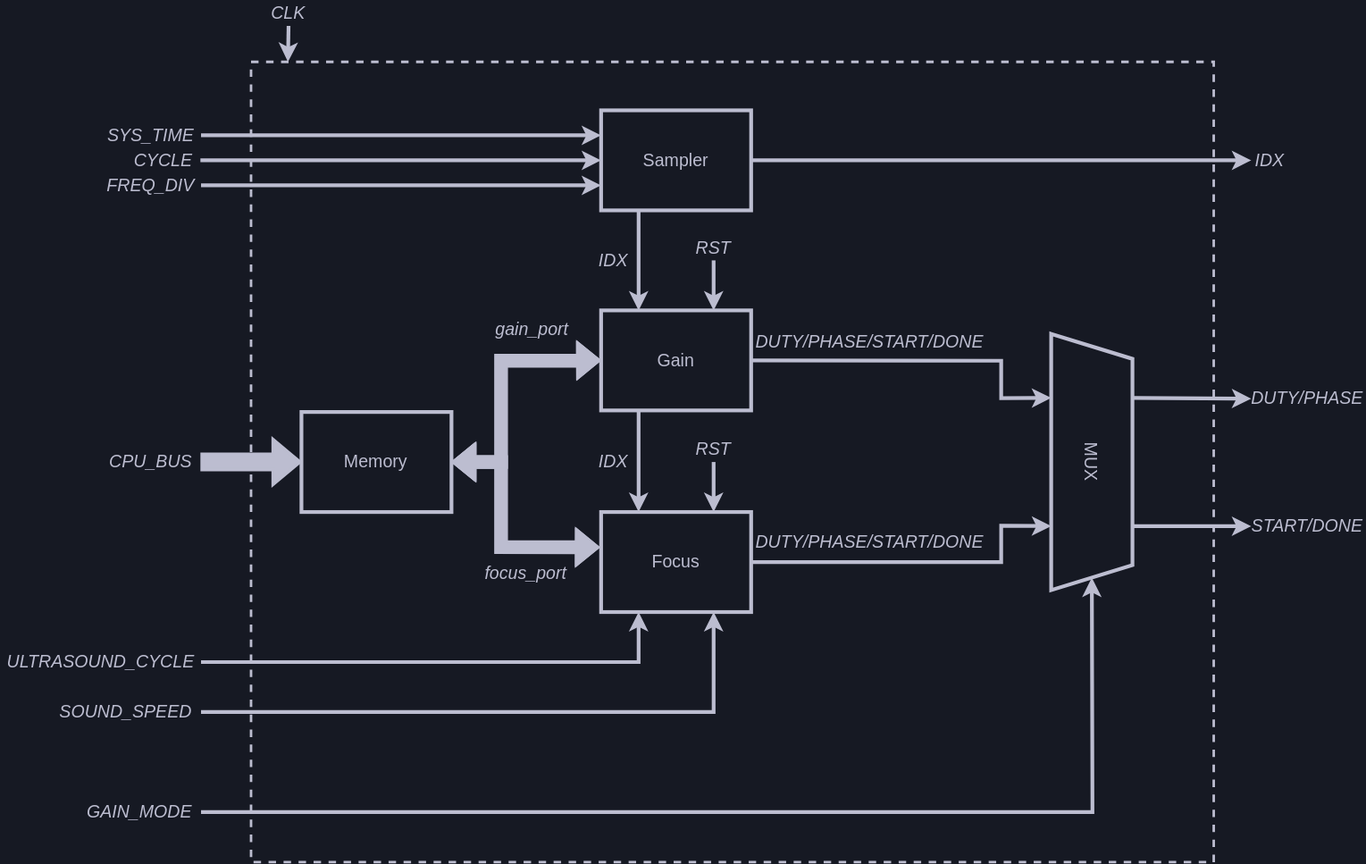
shinolab/autd3-old-monorepo keeps this draw.io diagram as docs/src/figs/stm_operator/diagram.svg. Above is the earlier version. Source tidied: cells renumbered, new cells last; positions are measured from the earlier drawing's top-left corner, leaving out a move shared by most shapes. The source it was exported from:
```xml
<mxGraphModel background="#161923">
  <root>
    <mxCell id="0" />
    <mxCell id="1" parent="0" />
    <mxCell id="2" style="rounded=0;whiteSpace=wrap;html=1;labelBackgroundColor=none;fontSize=14;fontColor=#BCBDD0;strokeColor=#bcbdd0;strokeWidth=2;fillColor=none;dashed=1;" parent="1" vertex="1">
      <mxGeometry x="200" y="49" width="770" height="640" as="geometry" />
    </mxCell>
    <mxCell id="3" style="edgeStyle=none;rounded=0;jumpStyle=arc;jumpSize=22;html=1;exitX=1;exitY=0.5;exitDx=0;exitDy=0;entryX=0.25;entryY=1;entryDx=0;entryDy=0;strokeWidth=3;strokeColor=#BCBDD0;" parent="1" edge="1" source="5" target="23">
      <mxGeometry relative="1" as="geometry">
        <Array as="points">
          <mxPoint x="800" y="288" />
          <mxPoint x="800" y="318" />
        </Array>
      </mxGeometry>
    </mxCell>
    <mxCell id="4" style="edgeStyle=none;rounded=0;jumpStyle=arc;jumpSize=22;html=1;exitX=0.25;exitY=1;exitDx=0;exitDy=0;entryX=0.25;entryY=0;entryDx=0;entryDy=0;strokeColor=#BCBDD0;strokeWidth=3;" parent="1" edge="1" source="5" target="6">
      <mxGeometry relative="1" as="geometry" />
    </mxCell>
    <mxCell id="5" value="Gain" style="rounded=0;whiteSpace=wrap;html=1;fontFamily=Helvetica;fontSize=14;fontColor=#BCBDD0;strokeColor=#BCBDD0;strokeWidth=3;fillColor=none;" parent="1" vertex="1">
      <mxGeometry x="480" y="247.7" width="120" height="80" as="geometry" />
    </mxCell>
    <mxCell id="6" value="&lt;font style=&quot;font-size: 14px&quot;&gt;Focus&lt;br style=&quot;font-size: 14px&quot;&gt;&lt;/font&gt;" style="rounded=0;whiteSpace=wrap;html=1;fontColor=#BCBDD0;labelBackgroundColor=none;fillColor=none;strokeColor=#bcbdd0;strokeWidth=3;fontSize=14;" parent="1" vertex="1">
      <mxGeometry x="480" y="409" width="120" height="80" as="geometry" />
    </mxCell>
    <mxCell id="7" style="edgeStyle=none;rounded=0;jumpStyle=arc;jumpSize=22;html=1;exitX=0.25;exitY=1;exitDx=0;exitDy=0;entryX=0.25;entryY=0;entryDx=0;entryDy=0;strokeColor=#BCBDD0;strokeWidth=3;" parent="1" edge="1" source="8" target="5">
      <mxGeometry relative="1" as="geometry" />
    </mxCell>
    <mxCell id="8" value="Sampler" style="rounded=0;whiteSpace=wrap;html=1;fontFamily=Helvetica;fontSize=14;fontColor=#BCBDD0;strokeColor=#BCBDD0;strokeWidth=3;fillColor=none;" parent="1" vertex="1">
      <mxGeometry x="480" y="87.7" width="120" height="80" as="geometry" />
    </mxCell>
    <mxCell id="9" value="Memory" style="rounded=0;whiteSpace=wrap;html=1;fontFamily=Helvetica;fontSize=14;fontColor=#BCBDD0;strokeColor=#BCBDD0;strokeWidth=3;fillColor=none;" parent="1" vertex="1">
      <mxGeometry x="240.3" y="329" width="120" height="80" as="geometry" />
    </mxCell>
    <mxCell id="10" value="&lt;span style=&quot;font-size: 14px;&quot;&gt;SYS_TIME&lt;/span&gt;" style="text;html=1;strokeColor=none;fillColor=none;align=center;verticalAlign=middle;whiteSpace=wrap;rounded=0;labelBackgroundColor=none;fontSize=14;fontColor=#BCBDD0;fontStyle=2;" parent="1" vertex="1">
      <mxGeometry x="80" y="87.7" width="80" height="40" as="geometry" />
    </mxCell>
    <mxCell id="11" style="endArrow=classic;html=1;rounded=0;fontSize=14;fontColor=#BCBDD0;strokeColor=#bcbdd0;strokeWidth=3;exitX=1;exitY=0.5;exitDx=0;exitDy=0;entryX=0;entryY=0.25;entryDx=0;entryDy=0;" parent="1" edge="1" source="10" target="8">
      <mxGeometry relative="1" as="geometry" />
    </mxCell>
    <mxCell id="12" value="&lt;span style=&quot;font-size: 14px&quot;&gt;CYCLE&lt;/span&gt;" style="text;html=1;strokeColor=none;fillColor=none;align=center;verticalAlign=middle;whiteSpace=wrap;rounded=0;labelBackgroundColor=none;fontSize=14;fontColor=#BCBDD0;fontStyle=2;" parent="1" vertex="1">
      <mxGeometry x="100" y="107.7" width="59.5" height="40" as="geometry" />
    </mxCell>
    <mxCell id="13" style="endArrow=classic;html=1;rounded=0;fontSize=14;fontColor=#BCBDD0;entryX=0;entryY=0.5;entryDx=0;entryDy=0;strokeColor=#bcbdd0;strokeWidth=3;exitX=1;exitY=0.5;exitDx=0;exitDy=0;" parent="1" edge="1" source="12" target="8">
      <mxGeometry relative="1" as="geometry" />
    </mxCell>
    <mxCell id="14" style="shape=flexArrow;endArrow=classic;html=1;rounded=0;labelBackgroundColor=default;fontFamily=Helvetica;fontSize=14;fontColor=#BCBDD0;strokeColor=#BCBDD0;strokeWidth=3;jumpStyle=arc;entryX=0;entryY=0.5;entryDx=0;entryDy=0;fillColor=#BCBDD0;exitX=1;exitY=0.5;exitDx=0;exitDy=0;" parent="1" edge="1" source="15" target="9">
      <mxGeometry relative="1" as="geometry" />
    </mxCell>
    <mxCell id="15" value="&lt;i style=&quot;font-size: 14px;&quot;&gt;CPU_BUS&lt;/i&gt;" style="text;html=1;strokeColor=none;fillColor=none;align=center;verticalAlign=middle;whiteSpace=wrap;rounded=0;labelBackgroundColor=none;fontSize=14;fontColor=#BCBDD0;" parent="1" vertex="1">
      <mxGeometry x="80" y="349" width="79.5" height="40" as="geometry" />
    </mxCell>
    <mxCell id="16" value="CLK" style="text;html=1;strokeColor=none;fillColor=none;align=center;verticalAlign=middle;whiteSpace=wrap;rounded=0;labelBackgroundColor=none;fontSize=14;fontColor=#BCBDD0;fontStyle=2;" parent="1" vertex="1">
      <mxGeometry x="200" y="0.3" width="60" height="20" as="geometry" />
    </mxCell>
    <mxCell id="17" style="endArrow=classic;html=1;rounded=0;fontSize=14;fontColor=#BCBDD0;strokeColor=#bcbdd0;strokeWidth=3;entryX=0.093;entryY=-0.003;entryDx=0;entryDy=0;exitX=0.5;exitY=1;exitDx=0;exitDy=0;entryPerimeter=0;" parent="1" edge="1" source="16">
      <mxGeometry relative="1" as="geometry">
        <mxPoint x="229.5" y="49" as="targetPoint" />
      </mxGeometry>
    </mxCell>
    <mxCell id="18" value="&lt;span style=&quot;font-size: 14px&quot;&gt;FREQ_DIV&lt;/span&gt;" style="text;html=1;strokeColor=none;fillColor=none;align=center;verticalAlign=middle;whiteSpace=wrap;rounded=0;labelBackgroundColor=none;fontSize=14;fontColor=#BCBDD0;fontStyle=2;" parent="1" vertex="1">
      <mxGeometry x="80" y="127.7" width="80" height="40" as="geometry" />
    </mxCell>
    <mxCell id="19" style="endArrow=classic;html=1;rounded=0;fontSize=14;fontColor=#BCBDD0;entryX=0;entryY=0.75;entryDx=0;entryDy=0;strokeColor=#bcbdd0;strokeWidth=3;exitX=1;exitY=0.5;exitDx=0;exitDy=0;" parent="1" edge="1" source="18" target="8">
      <mxGeometry relative="1" as="geometry" />
    </mxCell>
    <mxCell id="20" value="&lt;i style=&quot;font-size: 14px&quot;&gt;DUTY/PHASE&lt;/i&gt;" style="text;html=1;strokeColor=none;fillColor=none;align=center;verticalAlign=middle;whiteSpace=wrap;rounded=0;labelBackgroundColor=none;fontSize=14;fontColor=#BCBDD0;" parent="1" vertex="1">
      <mxGeometry x="1000" y="304" width="90" height="28.7" as="geometry" />
    </mxCell>
    <mxCell id="21" value="&lt;i style=&quot;font-size: 14px&quot;&gt;IDX&lt;/i&gt;" style="text;html=1;strokeColor=none;fillColor=none;align=center;verticalAlign=middle;whiteSpace=wrap;rounded=0;labelBackgroundColor=none;fontSize=14;fontColor=#BCBDD0;" parent="1" vertex="1">
      <mxGeometry x="1000" y="113.4" width="30.3" height="28.7" as="geometry" />
    </mxCell>
    <mxCell id="22" style="shape=flexArrow;endArrow=classic;html=1;rounded=0;labelBackgroundColor=default;fontFamily=Helvetica;fontSize=14;fontColor=#BCBDD0;strokeColor=#BCBDD0;strokeWidth=1;jumpStyle=arc;entryX=-0.008;entryY=0.353;entryDx=0;entryDy=0;fillColor=#BCBDD0;exitX=1;exitY=0.5;exitDx=0;exitDy=0;startArrow=block;endSize=6;entryPerimeter=0;" parent="1" edge="1" source="9" target="6">
      <mxGeometry relative="1" as="geometry">
        <Array as="points">
          <mxPoint x="400" y="369" />
          <mxPoint x="400" y="437" />
        </Array>
      </mxGeometry>
    </mxCell>
    <mxCell id="23" value="MUX" style="shape=trapezoid;perimeter=trapezoidPerimeter;whiteSpace=wrap;html=1;fixedSize=1;rounded=0;fontFamily=Helvetica;fontSize=14;fontColor=#BCBDD0;strokeColor=#BCBDD0;strokeWidth=3;fillColor=none;rotation=90;size=20;" parent="1" vertex="1">
      <mxGeometry x="770" y="336.5" width="205" height="65" as="geometry" />
    </mxCell>
    <mxCell id="24" style="shape=flexArrow;endArrow=classic;html=1;rounded=0;labelBackgroundColor=default;fontFamily=Helvetica;fontSize=14;fontColor=#BCBDD0;strokeColor=#BCBDD0;strokeWidth=1;jumpStyle=arc;entryX=0;entryY=0.5;entryDx=0;entryDy=0;fillColor=#BCBDD0;startArrow=block;endSize=6;" parent="1" edge="1" target="5">
      <mxGeometry relative="1" as="geometry">
        <mxPoint x="360" y="369" as="sourcePoint" />
        <Array as="points">
          <mxPoint x="400" y="369" />
          <mxPoint x="400" y="288" />
        </Array>
      </mxGeometry>
    </mxCell>
    <mxCell id="25" value="&lt;i style=&quot;font-size: 14px&quot;&gt;DUTY/PHASE/START/DONE&lt;/i&gt;" style="text;html=1;strokeColor=none;fillColor=none;align=center;verticalAlign=middle;whiteSpace=wrap;rounded=0;labelBackgroundColor=none;fontSize=14;fontColor=#BCBDD0;" parent="1" vertex="1">
      <mxGeometry x="600" y="259" width="190" height="28.7" as="geometry" />
    </mxCell>
    <mxCell id="26" style="edgeStyle=none;rounded=0;jumpStyle=arc;jumpSize=22;html=1;exitX=1;exitY=0.5;exitDx=0;exitDy=0;entryX=0.75;entryY=1;entryDx=0;entryDy=0;strokeWidth=3;strokeColor=#BCBDD0;" parent="1" edge="1" source="6" target="23">
      <mxGeometry relative="1" as="geometry">
        <Array as="points">
          <mxPoint x="800" y="449" />
          <mxPoint x="800" y="420" />
        </Array>
      </mxGeometry>
    </mxCell>
    <mxCell id="27" value="&lt;i style=&quot;font-size: 14px&quot;&gt;DUTY/PHASE/START/DONE&lt;/i&gt;" style="text;html=1;strokeColor=none;fillColor=none;align=center;verticalAlign=middle;whiteSpace=wrap;rounded=0;labelBackgroundColor=none;fontSize=14;fontColor=#BCBDD0;" parent="1" vertex="1">
      <mxGeometry x="600" y="419" width="190" height="28.7" as="geometry" />
    </mxCell>
    <mxCell id="28" style="edgeStyle=none;rounded=0;jumpStyle=arc;jumpSize=22;html=1;exitX=0.5;exitY=1;exitDx=0;exitDy=0;entryX=0.75;entryY=0;entryDx=0;entryDy=0;strokeColor=#BCBDD0;strokeWidth=3;" parent="1" edge="1" source="29" target="6">
      <mxGeometry relative="1" as="geometry" />
    </mxCell>
    <mxCell id="29" value="RST" style="text;html=1;strokeColor=none;fillColor=none;align=center;verticalAlign=middle;whiteSpace=wrap;rounded=0;labelBackgroundColor=none;fontSize=14;fontColor=#BCBDD0;fontStyle=2;" parent="1" vertex="1">
      <mxGeometry x="540" y="349" width="60" height="20" as="geometry" />
    </mxCell>
    <mxCell id="30" style="edgeStyle=none;rounded=0;jumpStyle=arc;jumpSize=22;html=1;exitX=0.5;exitY=1;exitDx=0;exitDy=0;strokeColor=#BCBDD0;strokeWidth=3;entryX=0.75;entryY=0;entryDx=0;entryDy=0;" parent="1" edge="1" source="31" target="5">
      <mxGeometry relative="1" as="geometry" />
    </mxCell>
    <mxCell id="31" value="RST" style="text;html=1;strokeColor=none;fillColor=none;align=center;verticalAlign=middle;whiteSpace=wrap;rounded=0;labelBackgroundColor=none;fontSize=14;fontColor=#BCBDD0;fontStyle=2;" parent="1" vertex="1">
      <mxGeometry x="540" y="187.7" width="60" height="20" as="geometry" />
    </mxCell>
    <mxCell id="32" value="IDX" style="text;html=1;strokeColor=none;fillColor=none;align=center;verticalAlign=middle;whiteSpace=wrap;rounded=0;labelBackgroundColor=none;fontSize=14;fontColor=#BCBDD0;fontStyle=2;" parent="1" vertex="1">
      <mxGeometry x="470" y="197.7" width="40" height="20" as="geometry" />
    </mxCell>
    <mxCell id="33" value="IDX" style="text;html=1;strokeColor=none;fillColor=none;align=center;verticalAlign=middle;whiteSpace=wrap;rounded=0;labelBackgroundColor=none;fontSize=14;fontColor=#BCBDD0;fontStyle=2;" parent="1" vertex="1">
      <mxGeometry x="470" y="359" width="40" height="20" as="geometry" />
    </mxCell>
    <mxCell id="34" value="gain_port" style="text;html=1;strokeColor=none;fillColor=none;align=center;verticalAlign=middle;whiteSpace=wrap;rounded=0;labelBackgroundColor=none;fontSize=14;fontColor=#BCBDD0;fontStyle=2;" parent="1" vertex="1">
      <mxGeometry x="390" y="253.4" width="70" height="20" as="geometry" />
    </mxCell>
    <mxCell id="35" value="focus_port" style="text;html=1;strokeColor=none;fillColor=none;align=center;verticalAlign=middle;whiteSpace=wrap;rounded=0;labelBackgroundColor=none;fontSize=14;fontColor=#BCBDD0;fontStyle=2;" parent="1" vertex="1">
      <mxGeometry x="380" y="447.7" width="80" height="20" as="geometry" />
    </mxCell>
    <mxCell id="36" style="edgeStyle=none;rounded=0;jumpStyle=arc;jumpSize=22;html=1;strokeColor=#BCBDD0;strokeWidth=3;exitX=0.75;exitY=0;exitDx=0;exitDy=0;entryX=0;entryY=0.5;entryDx=0;entryDy=0;" parent="1" edge="1" source="23" target="38">
      <mxGeometry relative="1" as="geometry" />
    </mxCell>
    <mxCell id="37" style="edgeStyle=none;rounded=0;jumpStyle=arc;jumpSize=22;html=1;exitX=0.25;exitY=0;exitDx=0;exitDy=0;strokeColor=#BCBDD0;strokeWidth=3;entryX=0;entryY=0.5;entryDx=0;entryDy=0;" parent="1" edge="1" source="23" target="20">
      <mxGeometry relative="1" as="geometry" />
    </mxCell>
    <mxCell id="38" value="&lt;i style=&quot;font-size: 14px&quot;&gt;START/DONE&lt;/i&gt;" style="text;html=1;strokeColor=none;fillColor=none;align=center;verticalAlign=middle;whiteSpace=wrap;rounded=0;labelBackgroundColor=none;fontSize=14;fontColor=#BCBDD0;" parent="1" vertex="1">
      <mxGeometry x="1000" y="406" width="90" height="28.7" as="geometry" />
    </mxCell>
    <mxCell id="39" style="edgeStyle=none;rounded=0;jumpStyle=arc;jumpSize=22;html=1;exitX=1;exitY=0.5;exitDx=0;exitDy=0;strokeColor=#BCBDD0;strokeWidth=3;entryX=0;entryY=0.5;entryDx=0;entryDy=0;" parent="1" edge="1" source="8" target="21">
      <mxGeometry relative="1" as="geometry" />
    </mxCell>
    <mxCell id="40" style="edgeStyle=none;rounded=0;jumpStyle=arc;jumpSize=22;html=1;strokeColor=#BCBDD0;strokeWidth=3;entryX=0.25;entryY=1;entryDx=0;entryDy=0;" parent="1" edge="1" target="6">
      <mxGeometry relative="1" as="geometry">
        <mxPoint x="160" y="529" as="sourcePoint" />
        <Array as="points">
          <mxPoint x="510" y="529" />
        </Array>
      </mxGeometry>
    </mxCell>
    <mxCell id="41" style="edgeStyle=none;rounded=0;jumpStyle=arc;jumpSize=22;html=1;strokeColor=#BCBDD0;strokeWidth=3;entryX=0.75;entryY=1;entryDx=0;entryDy=0;" parent="1" edge="1" target="6">
      <mxGeometry relative="1" as="geometry">
        <mxPoint x="160" y="569" as="sourcePoint" />
        <Array as="points">
          <mxPoint x="570" y="569" />
        </Array>
      </mxGeometry>
    </mxCell>
    <mxCell id="42" style="edgeStyle=none;rounded=0;jumpStyle=arc;jumpSize=22;html=1;strokeColor=#BCBDD0;strokeWidth=3;entryX=1;entryY=0.5;entryDx=0;entryDy=0;exitX=1;exitY=0.5;exitDx=0;exitDy=0;" parent="1" edge="1" source="45" target="23">
      <mxGeometry relative="1" as="geometry">
        <Array as="points">
          <mxPoint x="873" y="649" />
        </Array>
      </mxGeometry>
    </mxCell>
    <mxCell id="43" value="&lt;span style=&quot;font-size: 14px&quot;&gt;ULTRASOUND_CYCLE&lt;/span&gt;" style="text;html=1;strokeColor=none;fillColor=none;align=center;verticalAlign=middle;whiteSpace=wrap;rounded=0;labelBackgroundColor=none;fontSize=14;fontColor=#BCBDD0;fontStyle=2;" parent="1" vertex="1">
      <mxGeometry y="509" width="160" height="40" as="geometry" />
    </mxCell>
    <mxCell id="44" value="&lt;span style=&quot;font-size: 14px&quot;&gt;SOUND_SPEED&lt;/span&gt;" style="text;html=1;strokeColor=none;fillColor=none;align=center;verticalAlign=middle;whiteSpace=wrap;rounded=0;labelBackgroundColor=none;fontSize=14;fontColor=#BCBDD0;fontStyle=2;" parent="1" vertex="1">
      <mxGeometry x="40" y="549" width="120" height="40" as="geometry" />
    </mxCell>
    <mxCell id="45" value="GAIN_MODE" style="text;html=1;strokeColor=none;fillColor=none;align=center;verticalAlign=middle;whiteSpace=wrap;rounded=0;labelBackgroundColor=none;fontSize=14;fontColor=#BCBDD0;fontStyle=2;" parent="1" vertex="1">
      <mxGeometry x="60.5" y="629" width="99.5" height="40" as="geometry" />
    </mxCell>
  </root>
</mxGraphModel>
```
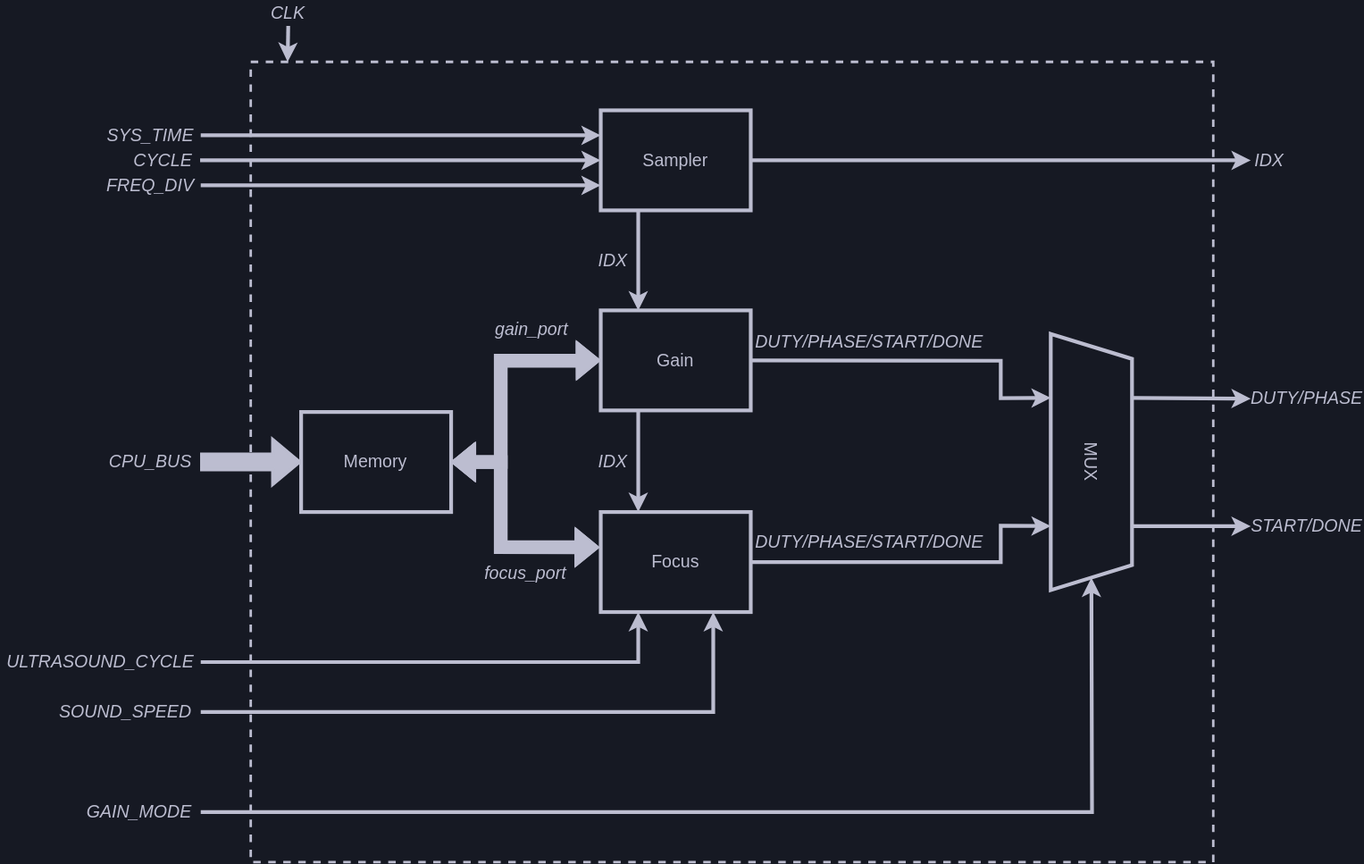
Above is the later version.

What changed in the source:
```diff
@@ -103,18 +103,6 @@
     <mxCell id="27" value="&lt;i style=&quot;font-size: 14px&quot;&gt;DUTY/PHASE/START/DONE&lt;/i&gt;" style="text;html=1;strokeColor=none;fillColor=none;align=center;verticalAlign=middle;whiteSpace=wrap;rounded=0;labelBackgroundColor=none;fontSize=14;fontColor=#BCBDD0;" parent="1" vertex="1">
       <mxGeometry x="600" y="419" width="190" height="28.7" as="geometry" />
     </mxCell>
-    <mxCell id="28" style="edgeStyle=none;rounded=0;jumpStyle=arc;jumpSize=22;html=1;exitX=0.5;exitY=1;exitDx=0;exitDy=0;entryX=0.75;entryY=0;entryDx=0;entryDy=0;strokeColor=#BCBDD0;strokeWidth=3;" parent="1" edge="1" source="29" target="6">
-      <mxGeometry relative="1" as="geometry" />
-    </mxCell>
-    <mxCell id="29" value="RST" style="text;html=1;strokeColor=none;fillColor=none;align=center;verticalAlign=middle;whiteSpace=wrap;rounded=0;labelBackgroundColor=none;fontSize=14;fontColor=#BCBDD0;fontStyle=2;" parent="1" vertex="1">
-      <mxGeometry x="540" y="349" width="60" height="20" as="geometry" />
-    </mxCell>
-    <mxCell id="30" style="edgeStyle=none;rounded=0;jumpStyle=arc;jumpSize=22;html=1;exitX=0.5;exitY=1;exitDx=0;exitDy=0;strokeColor=#BCBDD0;strokeWidth=3;entryX=0.75;entryY=0;entryDx=0;entryDy=0;" parent="1" edge="1" source="31" target="5">
-      <mxGeometry relative="1" as="geometry" />
-    </mxCell>
-    <mxCell id="31" value="RST" style="text;html=1;strokeColor=none;fillColor=none;align=center;verticalAlign=middle;whiteSpace=wrap;rounded=0;labelBackgroundColor=none;fontSize=14;fontColor=#BCBDD0;fontStyle=2;" parent="1" vertex="1">
-      <mxGeometry x="540" y="187.7" width="60" height="20" as="geometry" />
-    </mxCell>
     <mxCell id="32" value="IDX" style="text;html=1;strokeColor=none;fillColor=none;align=center;verticalAlign=middle;whiteSpace=wrap;rounded=0;labelBackgroundColor=none;fontSize=14;fontColor=#BCBDD0;fontStyle=2;" parent="1" vertex="1">
       <mxGeometry x="470" y="197.7" width="40" height="20" as="geometry" />
     </mxCell>
```
